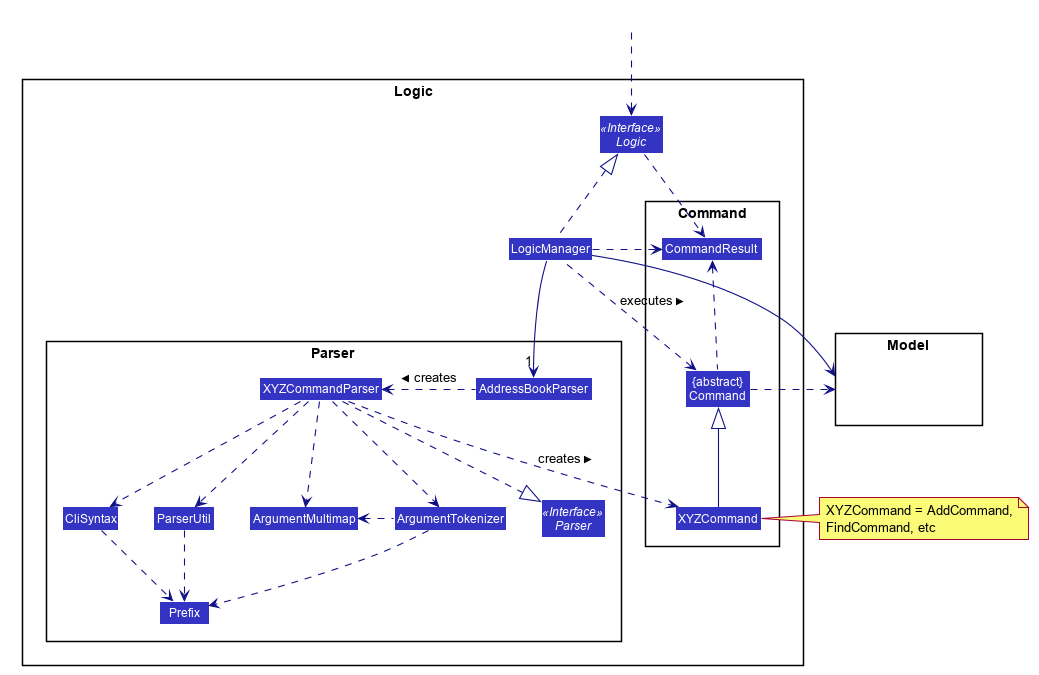
nus-cs2103-AY1920S1/addressbook-level3 keeps this PlantUML diagram as docs/images/LogicClassDiagram.png. Above is the earlier version. The source it was exported from:
```plantuml
@startuml








skinparam BackgroundColor #FFFFFFF

skinparam Shadowing false

skinparam Class {
    FontColor #FFFFFF
    BorderThickness 1
    BorderColor #FFFFFF
    StereotypeFontColor #FFFFFF
    FontName Arial
}

skinparam Actor {
    BorderColor #000000
    Color #000000
    FontName Arial
}

skinparam Sequence {
    MessageAlign center
    BoxFontSize 15
    BoxPadding 0
    BoxFontColor #FFFFFF
    FontName Arial
}

skinparam Participant {
    FontColor #FFFFFFF
    Padding 20
}

skinparam MinClassWidth 50
skinparam ParticipantPadding 10
skinparam Shadowing false
skinparam DefaultTextAlignment center
skinparam packageStyle Rectangle

hide footbox
hide members
hide circle
skinparam arrowThickness 1.1
skinparam arrowColor #101086
skinparam classBackgroundColor #3333C4

package Logic {

package Parser {
Interface Parser <<Interface>>
Class AddressBookParser
Class XYZCommandParser
Class CliSyntax
Class ParserUtil
Class ArgumentMultimap
Class ArgumentTokenizer
Class Prefix
}

package Command {
Class XYZCommand
Class CommandResult
Class "{abstract}\nCommand" as Command
}

Interface Logic <<Interface>>
Class LogicManager
}

package Model{
Class HiddenModel #FFFFFF
}

Class HiddenOutside #FFFFFF
HiddenOutside ..> Logic

LogicManager .up.|> Logic
LogicManager -->"1" AddressBookParser
AddressBookParser .left.> XYZCommandParser: creates >

XYZCommandParser ..> XYZCommand : creates >
XYZCommandParser ..|> Parser
XYZCommandParser ..> ArgumentMultimap
XYZCommandParser ..> ArgumentTokenizer
ArgumentTokenizer .left.> ArgumentMultimap
XYZCommandParser ..> CliSyntax
CliSyntax ..> Prefix
XYZCommandParser ..> ParserUtil
ParserUtil .down.> Prefix
ArgumentTokenizer .down.> Prefix
XYZCommand -up-|> Command
LogicManager .left.> Command : executes >

LogicManager --> Model
Command .right.> Model
note right of XYZCommand: XYZCommand = AddCommand, \nFindCommand, etc

Logic ..> CommandResult
LogicManager .down.> CommandResult
Command .up.> CommandResult
CommandResult -[hidden]-> Parser
@enduml
```
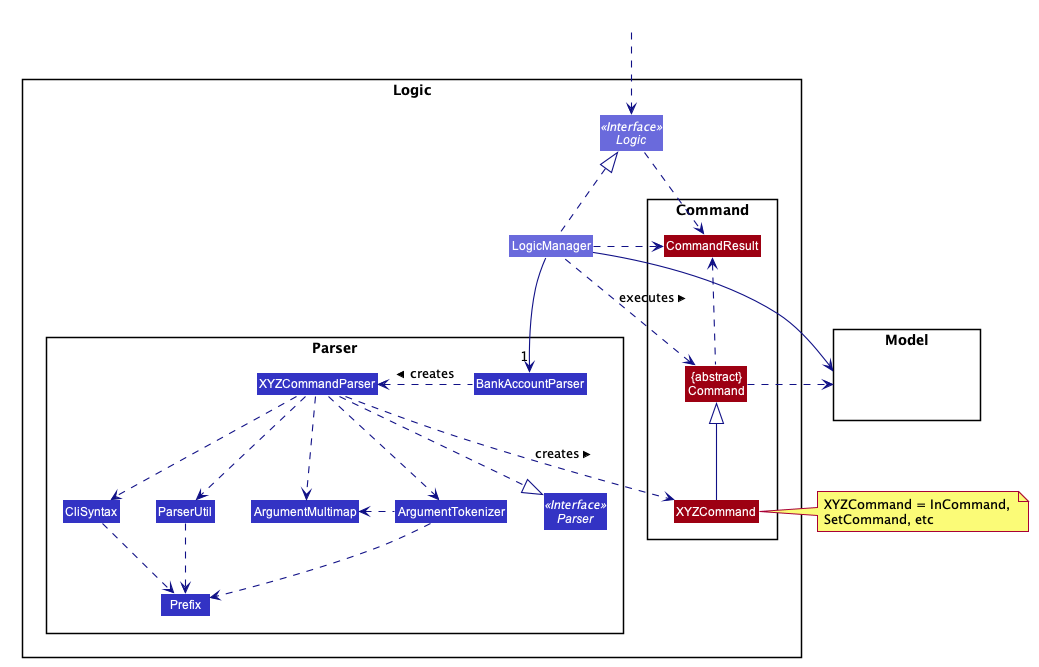
Later version of the same file.

What changed in the source:
```diff
@@ -55,7 +55,7 @@
 
 package Parser {
 Interface Parser <<Interface>>
-Class AddressBookParser
+Class BankAccountParser
 Class XYZCommandParser
 Class CliSyntax
 Class ParserUtil
@@ -65,13 +65,13 @@
 }
 
 package Command {
-Class XYZCommand
-Class CommandResult
-Class "{abstract}\nCommand" as Command
+Class XYZCommand #9D0012
+Class CommandResult #9D0012
+Class "{abstract}\nCommand" as Command #9D0012
 }
 
-Interface Logic <<Interface>>
-Class LogicManager
+Interface Logic <<Interface>> #6A6ADC
+Class LogicManager #6A6ADC
 }
 
 package Model{
@@ -82,8 +82,8 @@
 HiddenOutside ..> Logic
 
 LogicManager .up.|> Logic
-LogicManager -->"1" AddressBookParser
-AddressBookParser .left.> XYZCommandParser: creates >
+LogicManager -->"1" BankAccountParser
+BankAccountParser .left.> XYZCommandParser: creates >
 
 XYZCommandParser ..> XYZCommand : creates >
 XYZCommandParser ..|> Parser
@@ -100,7 +100,7 @@
 
 LogicManager --> Model
 Command .right.> Model
-note right of XYZCommand: XYZCommand = AddCommand, \nFindCommand, etc
+note right of XYZCommand: XYZCommand = InCommand, \nSetCommand, etc
 
 Logic ..> CommandResult
 LogicManager .down.> CommandResult
```
